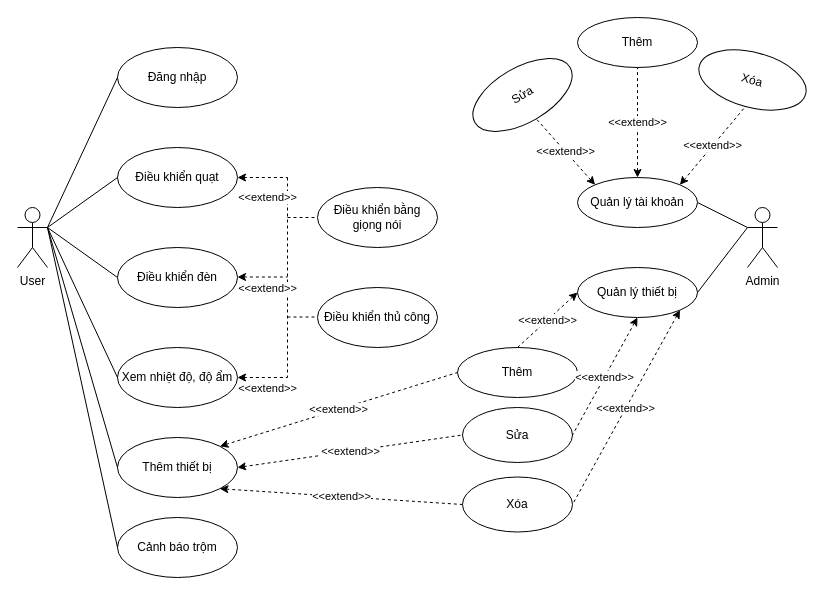
This is Biểu đồ không có tiêu đề.drawio from dinhvan2/diagrams, a draw.io file, before an edit. Source tidied: cells renumbered, new cells numbered last; positions are measured from the earlier drawing's top-left corner, leaving out a move shared by most shapes. Both pictures are drawn from the tidied source at 100%, with x=0, y=0 at pixel (17, 17).
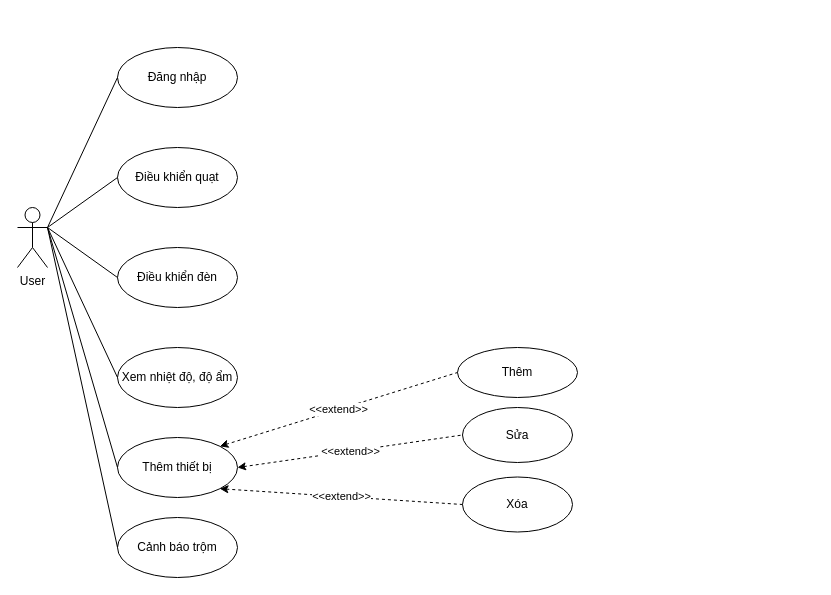
The same page after the edit.

Commit message:
Cập nhật Biểu đồ không có tiêu đề.drawio

The change refers to these unchanged cells:
```xml
<mxCell id="13" value="Điều khiển quạt" style="ellipse;whiteSpace=wrap;html=1;" parent="1" vertex="1">
  <mxGeometry x="100" y="130" width="120" height="60" as="geometry" />
</mxCell>
<mxCell id="30" value="Thêm" style="ellipse;whiteSpace=wrap;html=1;" parent="1" vertex="1">
  <mxGeometry x="440" y="330" width="120" height="50" as="geometry" />
</mxCell>
<mxCell id="31" value="Sửa" style="ellipse;whiteSpace=wrap;html=1;rotation=0;" parent="1" vertex="1">
  <mxGeometry x="445" y="390" width="110" height="55" as="geometry" />
</mxCell>
<mxCell id="32" value="Xóa" style="ellipse;whiteSpace=wrap;html=1;rotation=0;" parent="1" vertex="1">
  <mxGeometry x="445" y="459.5" width="110" height="55" as="geometry" />
</mxCell>
```

Diff of the diagram source:
```diff
@@
-    <mxCell id="5" value="Admin" style="shape=umlActor;verticalLabelPosition=bottom;verticalAlign=top;html=1;outlineConnect=0;" parent="1" vertex="1">
-      <mxGeometry x="730" y="190" width="30" height="60" as="geometry" />
-    </mxCell>
-    <mxCell id="6" value="Quản lý tài khoản" style="ellipse;whiteSpace=wrap;html=1;" parent="1" vertex="1">
-      <mxGeometry x="560" y="160" width="120" height="50" as="geometry" />
-    </mxCell>
-    <mxCell id="7" value="Thêm" style="ellipse;whiteSpace=wrap;html=1;" parent="1" vertex="1">
-      <mxGeometry x="560" width="120" height="50" as="geometry" />
-    </mxCell>
-    <mxCell id="8" value="Sửa" style="ellipse;whiteSpace=wrap;html=1;rotation=-30;" parent="1" vertex="1">
-      <mxGeometry x="450" y="50" width="110" height="55" as="geometry" />
-    </mxCell>
-    <mxCell id="9" value="Xóa" style="ellipse;whiteSpace=wrap;html=1;rotation=15;" parent="1" vertex="1">
-      <mxGeometry x="680" y="35" width="110" height="55" as="geometry" />
-    </mxCell>
@@
-    <mxCell id="14" value="&amp;lt;&amp;lt;extend&amp;gt;&amp;gt;" style="edgeStyle=none;rounded=0;jettySize=auto;html=1;entryX=0.5;entryY=1;entryDx=0;entryDy=0;endArrow=none;endFill=0;dashed=1;startArrow=classic;startFill=1;exitX=0.5;exitY=0;exitDx=0;exitDy=0;" parent="1" edge="1" source="6" target="7">
-      <mxGeometry relative="1" as="geometry" />
-    </mxCell>
-    <mxCell id="15" value="&amp;lt;&amp;lt;extend&amp;gt;&amp;gt;" style="edgeStyle=none;rounded=0;jettySize=auto;html=1;entryX=0.5;entryY=1;entryDx=0;entryDy=0;endArrow=none;endFill=0;dashed=1;startArrow=classic;startFill=1;exitX=0;exitY=0;exitDx=0;exitDy=0;" parent="1" edge="1" source="6" target="8">
-      <mxGeometry relative="1" as="geometry" />
-    </mxCell>
-    <mxCell id="16" value="&amp;lt;&amp;lt;extend&amp;gt;&amp;gt;" style="edgeStyle=none;rounded=0;jettySize=auto;html=1;entryX=0.5;entryY=1;entryDx=0;entryDy=0;endArrow=none;endFill=0;dashed=1;startArrow=classic;startFill=1;exitX=1;exitY=0;exitDx=0;exitDy=0;" parent="1" edge="1" source="6" target="9">
-      <mxGeometry relative="1" as="geometry" />
-    </mxCell>
@@
-    <mxCell id="21" value="Điều khiển bằng giọng nói" style="ellipse;whiteSpace=wrap;html=1;" parent="1" vertex="1">
-      <mxGeometry x="300" y="170" width="120" height="60" as="geometry" />
-    </mxCell>
-    <mxCell id="22" value="Điều khiển thủ công" style="ellipse;whiteSpace=wrap;html=1;" parent="1" vertex="1">
-      <mxGeometry x="300" y="270" width="120" height="60" as="geometry" />
-    </mxCell>
-    <mxCell id="23" style="endArrow=none;dashed=1;html=1;strokeWidth=1;rounded=0;entryX=0;entryY=0.5;entryDx=0;entryDy=0;" parent="1" edge="1" target="21">
-      <mxGeometry relative="1" as="geometry">
-        <mxPoint x="270" y="200" as="sourcePoint" />
-      </mxGeometry>
-    </mxCell>
-    <mxCell id="24" style="endArrow=none;dashed=1;html=1;strokeWidth=1;rounded=0;entryX=0;entryY=0.5;entryDx=0;entryDy=0;" parent="1" edge="1">
-      <mxGeometry relative="1" as="geometry">
-        <mxPoint x="270" y="299.5" as="sourcePoint" />
-        <mxPoint x="300" y="299.5" as="targetPoint" />
-      </mxGeometry>
-    </mxCell>
-    <mxCell id="25" style="endArrow=none;dashed=1;html=1;strokeWidth=1;rounded=0;" parent="1" edge="1">
-      <mxGeometry relative="1" as="geometry">
-        <mxPoint x="270" y="160" as="sourcePoint" />
-        <mxPoint x="270" y="360" as="targetPoint" />
-      </mxGeometry>
-    </mxCell>
-    <mxCell id="26" value="&amp;lt;&amp;lt;extend&amp;gt;&amp;gt;" style="edgeStyle=none;rounded=0;jettySize=auto;html=1;endArrow=none;endFill=0;dashed=1;startArrow=classic;startFill=1;exitX=1;exitY=0.5;exitDx=0;exitDy=0;" parent="1" edge="1" source="13">
-      <mxGeometry x="0.2" y="-20" relative="1" as="geometry">
-        <mxPoint x="270" y="160" as="targetPoint" />
-      </mxGeometry>
-    </mxCell>
-    <mxCell id="27" value="&amp;lt;&amp;lt;extend&amp;gt;&amp;gt;" style="edgeStyle=none;rounded=0;orthogonalLoop=1;jettySize=auto;html=1;endArrow=none;endFill=0;dashed=1;startArrow=classic;startFill=1;exitX=1;exitY=0.5;exitDx=0;exitDy=0;" parent="1" edge="1">
-      <mxGeometry x="0.2" y="-10" relative="1" as="geometry">
-        <mxPoint x="220" y="259.5" as="sourcePoint" />
-        <mxPoint x="270" y="259.5" as="targetPoint" />
-        <mxPoint y="1" as="offset" />
-      </mxGeometry>
-    </mxCell>
-    <mxCell id="28" value="&amp;lt;&amp;lt;extend&amp;gt;&amp;gt;" style="edgeStyle=none;rounded=0;orthogonalLoop=1;jettySize=auto;html=1;endArrow=none;endFill=0;dashed=1;startArrow=classic;startFill=1;exitX=1;exitY=0.5;exitDx=0;exitDy=0;" parent="1" edge="1">
-      <mxGeometry x="0.2" y="-10" relative="1" as="geometry">
-        <mxPoint x="220" y="360" as="sourcePoint" />
-        <mxPoint x="270" y="360" as="targetPoint" />
-        <mxPoint y="1" as="offset" />
-      </mxGeometry>
-    </mxCell>
-    <mxCell id="29" value="Quản lý thiết bị" style="ellipse;whiteSpace=wrap;html=1;" parent="1" vertex="1">
-      <mxGeometry x="560" y="250" width="120" height="50" as="geometry" />
-    </mxCell>
@@
-    <mxCell id="36" value="&amp;lt;&amp;lt;extend&amp;gt;&amp;gt;" style="edgeStyle=none;rounded=0;jettySize=auto;html=1;entryX=0.5;entryY=0;entryDx=0;entryDy=0;endArrow=none;endFill=0;dashed=1;startArrow=classic;startFill=1;exitX=0;exitY=0.5;exitDx=0;exitDy=0;" parent="1" edge="1" source="29" target="30">
-      <mxGeometry x="0.01" relative="1" as="geometry" />
-    </mxCell>
-    <mxCell id="37" value="&amp;lt;&amp;lt;extend&amp;gt;&amp;gt;" style="edgeStyle=none;rounded=0;jettySize=auto;html=1;entryX=1;entryY=0.5;entryDx=0;entryDy=0;endArrow=none;endFill=0;dashed=1;startArrow=classic;startFill=1;exitX=0.5;exitY=1;exitDx=0;exitDy=0;" parent="1" edge="1" source="29" target="31">
-      <mxGeometry x="0.01" relative="1" as="geometry" />
-    </mxCell>
-    <mxCell id="38" value="&amp;lt;&amp;lt;extend&amp;gt;&amp;gt;" style="edgeStyle=none;rounded=0;jettySize=auto;html=1;entryX=1;entryY=0.5;entryDx=0;entryDy=0;endArrow=none;endFill=0;dashed=1;startArrow=classic;startFill=1;exitX=1;exitY=1;exitDx=0;exitDy=0;" parent="1" edge="1" source="29" target="32">
-      <mxGeometry x="0.01" relative="1" as="geometry" />
-    </mxCell>
-    <mxCell id="39" style="endArrow=none;html=1;rounded=0;entryX=0;entryY=0.3333333333333333;entryDx=0;entryDy=0;entryPerimeter=0;exitX=1;exitY=0.5;exitDx=0;exitDy=0;" parent="1" edge="1" source="6" target="5">
-      <mxGeometry relative="1" as="geometry" />
-    </mxCell>
-    <mxCell id="40" style="endArrow=none;html=1;rounded=0;entryX=1;entryY=0.5;entryDx=0;entryDy=0;" parent="1" edge="1" target="29">
-      <mxGeometry relative="1" as="geometry">
-        <mxPoint x="730" y="210" as="sourcePoint" />
-      </mxGeometry>
-    </mxCell>
```
